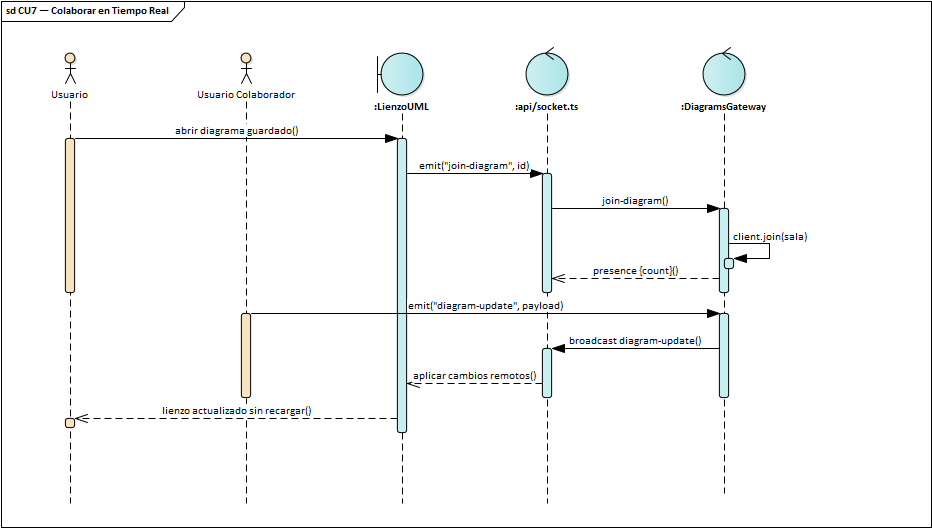
Earlier version of the PlantUML export docs/diagrams/ea/img/ciclo1/seq_cu7.png (luisfernandoAngulo28/generador_diagrama_clases_uml). Its source is kept beside it as docs/diagrams/1er_parcial/seq_cu7.plantuml.
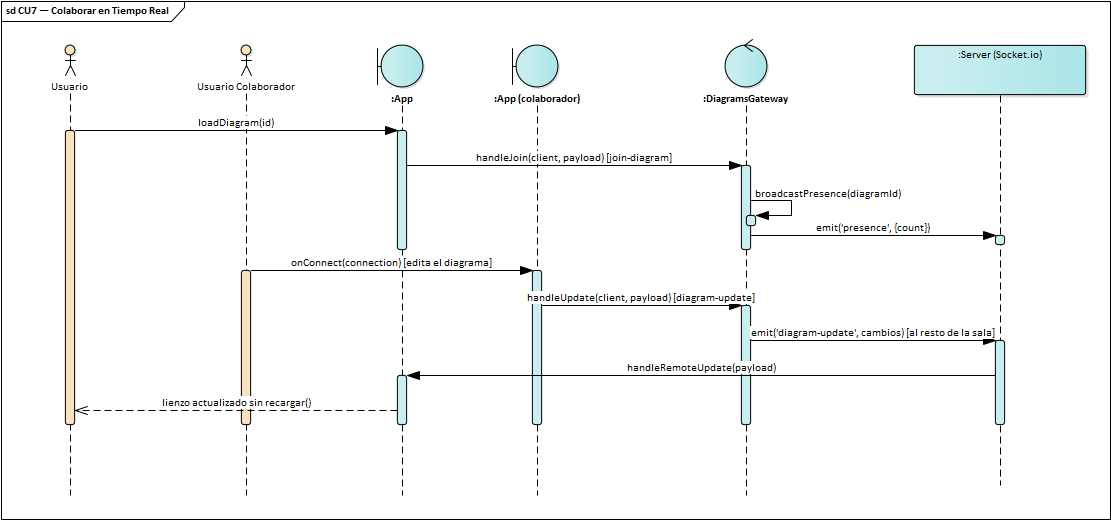
Above is the later version.

Change to the diagram source:
```diff
@@ -1,18 +1,19 @@
 @startuml seq_cu7
 !include ../2do_parcial/pud/_seq.iuml
-title CU7 — Colaborar en Tiempo Real\n<size:11>Diagrama de Secuencia · UML 2.5.1 · Ciclo 1 (1er Parcial)</size>
-actor "Usuario" as U
+title CU7 — Colaborar en Tiempo Real\n<size:11>Diagrama de Secuencia · UML 2.5.1 · Ciclo 1 · cada mensaje es una operación de la clase que lo recibe</size>
+actor Usuario as U
 actor "Usuario Colaborador" as UC
-boundary ":LienzoUML" as L
-control ":api/socket.ts" as SC
-control ":DiagramsGateway" as GW
-U -> L : abrir diagrama guardado
-L -> SC : emit("join-diagram", id)
-SC -> GW : join-diagram
-GW -> GW : client.join(sala)
-GW --> SC : presence {count}
-UC -> GW : emit("diagram-update", payload)
-GW -> SC : broadcast diagram-update
-SC --> L : aplicar cambios remotos
-L --> U : lienzo actualizado sin recargar
+boundary ":App" as A
+boundary ":App (colaborador)" as AC
+control ":DiagramsGateway" as G
+participant ":Server (Socket.io)" as SV
+U -> A : loadDiagram(id)
+A -> G : handleJoin(client, payload) [join-diagram]
+G -> G : broadcastPresence(diagramId)
+G -> SV : emit('presence', {count})
+UC -> AC : onConnect(connection) [edita el diagrama]
+AC -> G : handleUpdate(client, payload) [diagram-update]
+G -> SV : emit('diagram-update', cambios) [al resto de la sala]
+SV -> A : handleRemoteUpdate(payload)
+A --> U : lienzo actualizado sin recargar
 @enduml
```
